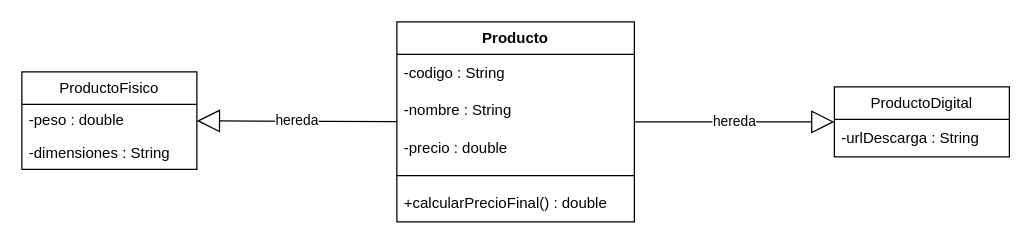
The draw.io diagram page "03-gestion-academica" (3 of 12) of Entorno_de_desarrollo/Tema5/solucion-actividades-diagrama-de-clases-uml.drawio in fernandezortaalex/Tarea, before the edit. Source tidied: cells renumbered, new cells numbered last; positions are measured from the earlier drawing's top-left corner, leaving out a move shared by most shapes. Both pictures are drawn from the tidied source at 125%, with x=0, y=0 at pixel (21, 21).
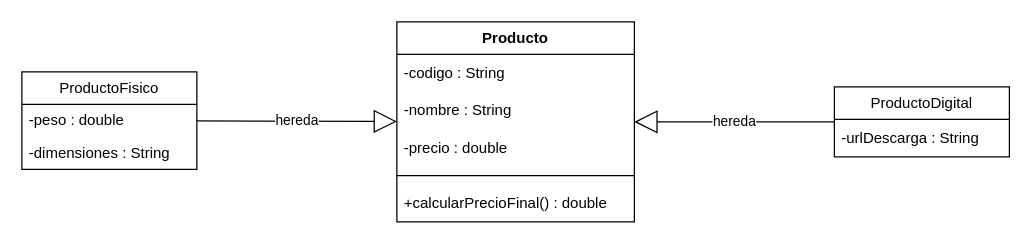
After the change.

The edit, as a diff of the source:
```diff
@@
 <mxGraphModel>
   <root>
     <mxCell id="0" />
     <mxCell id="1" parent="0" />
     <mxCell id="2" value="Producto" style="swimlane;fontStyle=1;align=center;verticalAlign=middle;horizontal=1;startSize=26;whiteSpace=wrap;html=1;rounded=0;" parent="1" vertex="1">
       <mxGeometry x="300" width="190" height="160" as="geometry" />
     </mxCell>
     <mxCell id="3" value="-codigo : String" style="text;strokeColor=none;fillColor=none;align=left;verticalAlign=middle;spacingLeft=4;spacingRight=4;overflow=hidden;whiteSpace=wrap;html=1;rounded=0;" parent="2" vertex="1">
       <mxGeometry y="26" width="190" height="30" as="geometry" />
     </mxCell>
     <mxCell id="4" value="-nombre : String" style="text;strokeColor=none;fillColor=none;align=left;verticalAlign=middle;spacingLeft=4;spacingRight=4;overflow=hidden;whiteSpace=wrap;html=1;rounded=0;" parent="2" vertex="1">
       <mxGeometry y="56" width="190" height="30" as="geometry" />
     </mxCell>
     <mxCell id="5" value="-precio : double" style="text;strokeColor=none;fillColor=none;align=left;verticalAlign=middle;spacingLeft=4;spacingRight=4;overflow=hidden;whiteSpace=wrap;html=1;rounded=0;" parent="2" vertex="1">
       <mxGeometry y="86" width="190" height="30" as="geometry" />
     </mxCell>
     <mxCell id="6" style="line;strokeWidth=1;fillColor=none;align=left;verticalAlign=middle;spacingTop=-1;spacingLeft=3;spacingRight=3;labelPosition=right;strokeColor=inherit;rounded=0;" parent="2" vertex="1">
       <mxGeometry y="116" width="190" height="14" as="geometry" />
     </mxCell>
     <mxCell id="7" value="+calcularPrecioFinal() : double" style="text;strokeColor=none;fillColor=none;align=left;verticalAlign=middle;spacingLeft=4;spacingRight=4;overflow=hidden;whiteSpace=wrap;html=1;rounded=0;" parent="2" vertex="1">
       <mxGeometry y="130" width="190" height="30" as="geometry" />
     </mxCell>
     <mxCell id="8" value="ProductoFisico" style="swimlane;fontStyle=0;horizontal=1;startSize=26;fillColor=none;whiteSpace=wrap;html=1;verticalAlign=middle;rounded=0;" parent="1" vertex="1">
       <mxGeometry y="40" width="140" height="78" as="geometry" />
     </mxCell>
     <mxCell id="9" value="-peso : double" style="text;strokeColor=none;fillColor=none;align=left;verticalAlign=middle;spacingLeft=4;spacingRight=4;overflow=hidden;whiteSpace=wrap;html=1;rounded=0;" parent="8" vertex="1">
       <mxGeometry y="26" width="140" height="26" as="geometry" />
     </mxCell>
     <mxCell id="10" value="-dimensiones : String" style="text;strokeColor=none;fillColor=none;align=left;verticalAlign=middle;spacingLeft=4;spacingRight=4;overflow=hidden;whiteSpace=wrap;html=1;rounded=0;" parent="8" vertex="1">
       <mxGeometry y="52" width="140" height="26" as="geometry" />
     </mxCell>
     <mxCell id="11" value="ProductoDigital" style="swimlane;fontStyle=0;horizontal=1;startSize=26;fillColor=none;whiteSpace=wrap;html=1;verticalAlign=middle;rounded=0;" parent="1" vertex="1">
       <mxGeometry x="650" y="52" width="140" height="56" as="geometry" />
     </mxCell>
     <mxCell id="12" value="-urlDescarga : String" style="text;strokeColor=none;fillColor=none;align=left;verticalAlign=middle;spacingLeft=4;spacingRight=4;overflow=hidden;whiteSpace=wrap;html=1;rounded=0;" parent="11" vertex="1">
       <mxGeometry y="26" width="140" height="30" as="geometry" />
     </mxCell>
-    <mxCell id="13" value="hereda" style="endArrow=block;endSize=16;endFill=0;html=1;rounded=0;" parent="1" edge="1" source="2" target="11">
+    <mxCell id="13" value="hereda" style="endArrow=block;endSize=16;endFill=0;html=1;rounded=0;verticalAlign=middle;" parent="1" edge="1" source="11" target="2">
       <mxGeometry relative="1" as="geometry" />
     </mxCell>
-    <mxCell id="14" value="hereda" style="endArrow=block;endSize=16;endFill=0;html=1;verticalAlign=middle;rounded=0;" parent="1" edge="1" source="2" target="8">
+    <mxCell id="14" value="hereda" style="endArrow=block;endSize=16;endFill=0;html=1;verticalAlign=middle;rounded=0;" parent="1" edge="1" source="8" target="2">
       <mxGeometry relative="1" as="geometry" />
     </mxCell>
   </root>
 </mxGraphModel>
```
